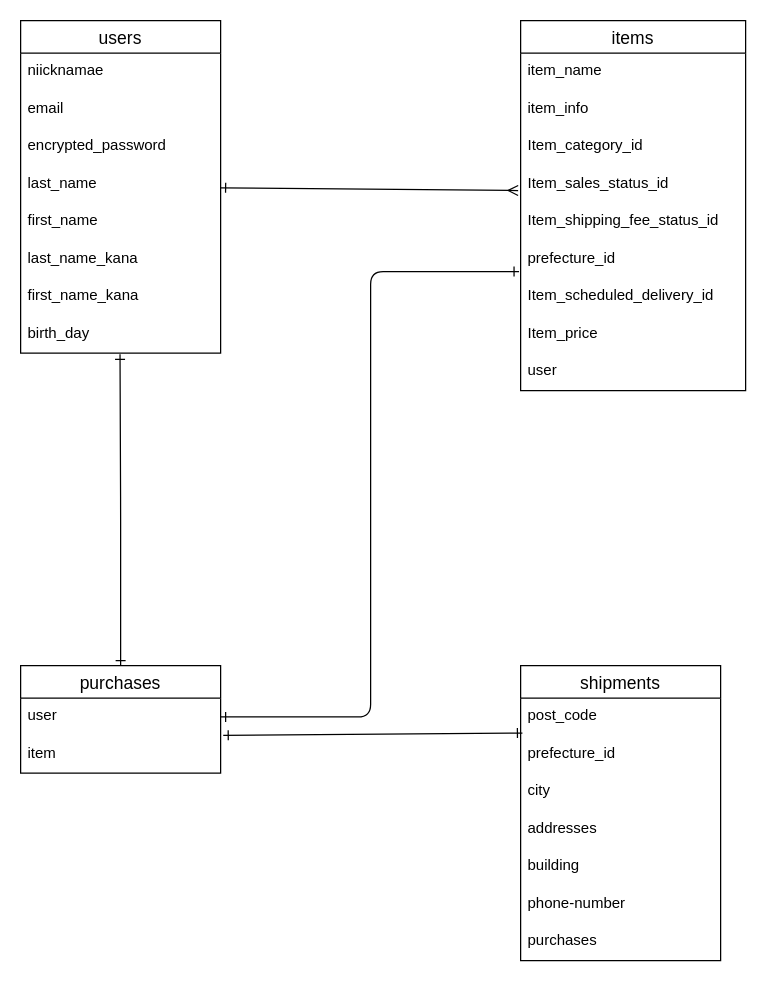
Above: poject_er_diagram.dio in maru1019/furima-26234 (draw.io), before the change. Source tidied: cells renumbered, new cells numbered last; positions are measured from the earlier drawing's top-left corner, leaving out a move shared by most shapes. Both pictures are drawn from the tidied source at 125%, with x=0, y=0 at pixel (20, 20).
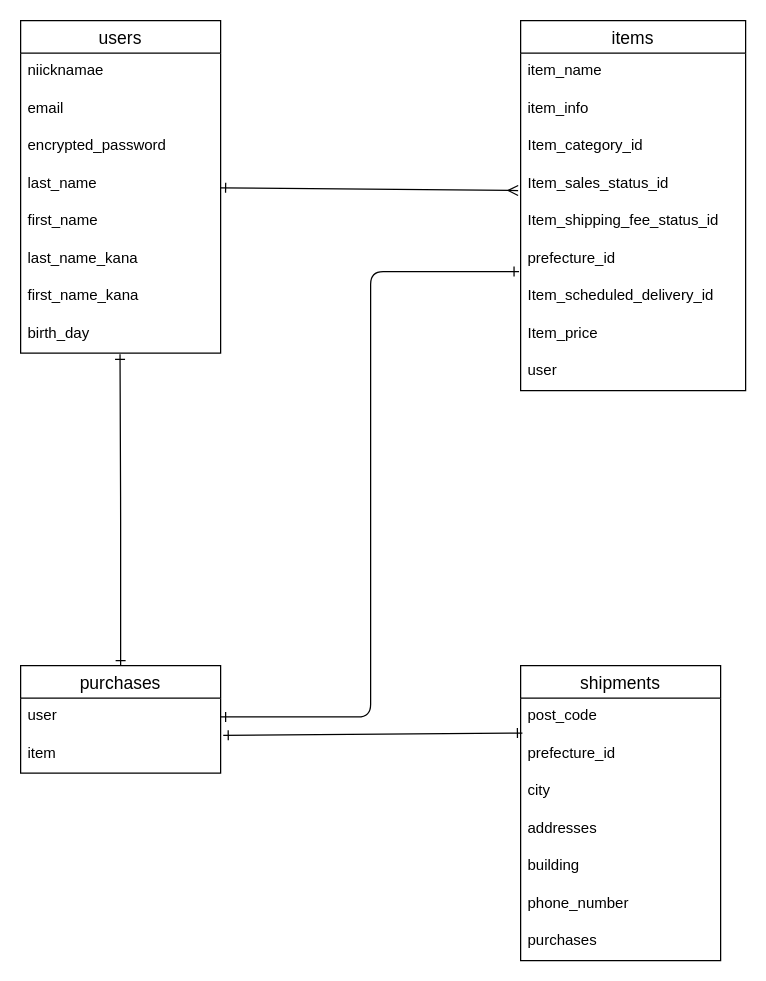
The same page after the edit.

The change refers to these unchanged cells:
```xml
<mxCell id="12" value="shipments" style="swimlane;fontStyle=0;horizontal=1;startSize=26;align=center;fontSize=14;rounded=0;" parent="1" vertex="1">
  <mxGeometry x="400" y="516" width="160" height="236" as="geometry" />
</mxCell>
```

Diff of the diagram source:
```diff
@@
-    <mxCell id="18" value="phone-number" style="text;strokeColor=none;fillColor=none;spacingLeft=4;spacingRight=4;overflow=hidden;fontSize=12;rounded=0;" parent="12" vertex="1">
+    <mxCell id="18" value="phone_number" style="text;strokeColor=none;fillColor=none;spacingLeft=4;spacingRight=4;overflow=hidden;fontSize=12;rounded=0;" parent="12" vertex="1">
       <mxGeometry y="176" width="160" height="30" as="geometry" />
     </mxCell>
```
